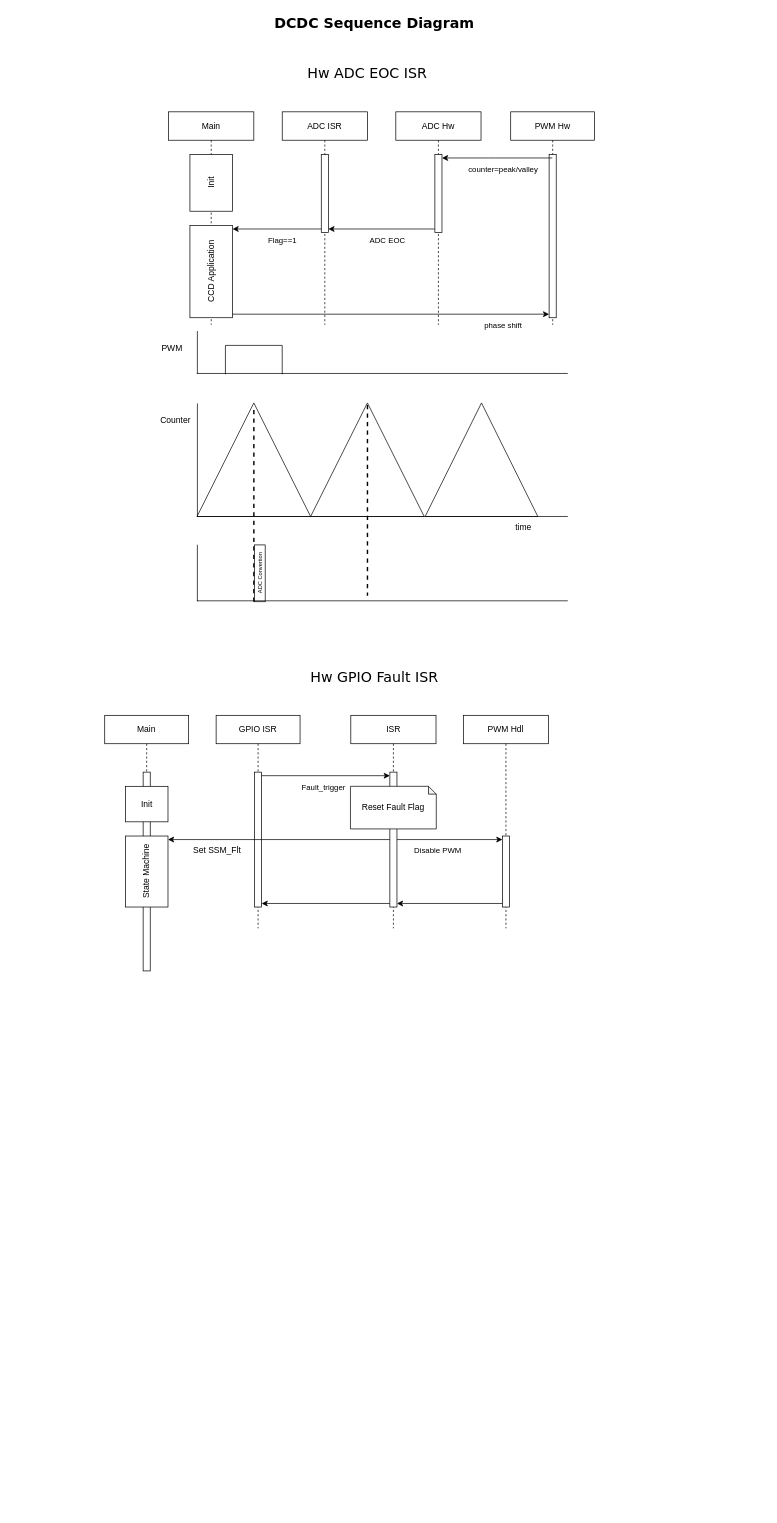
Above: page "Sequence_Diagram" (2 of 5) of DCDCArchitectureSF.drawio in chdev2011/temp (draw.io), before the change. Source tidied: cells renumbered, new cells numbered last; positions are measured from the earlier drawing's top-left corner, leaving out a move shared by most shapes. Both pictures are drawn from the tidied source at 71%, with x=0, y=0 at pixel (104, 12).
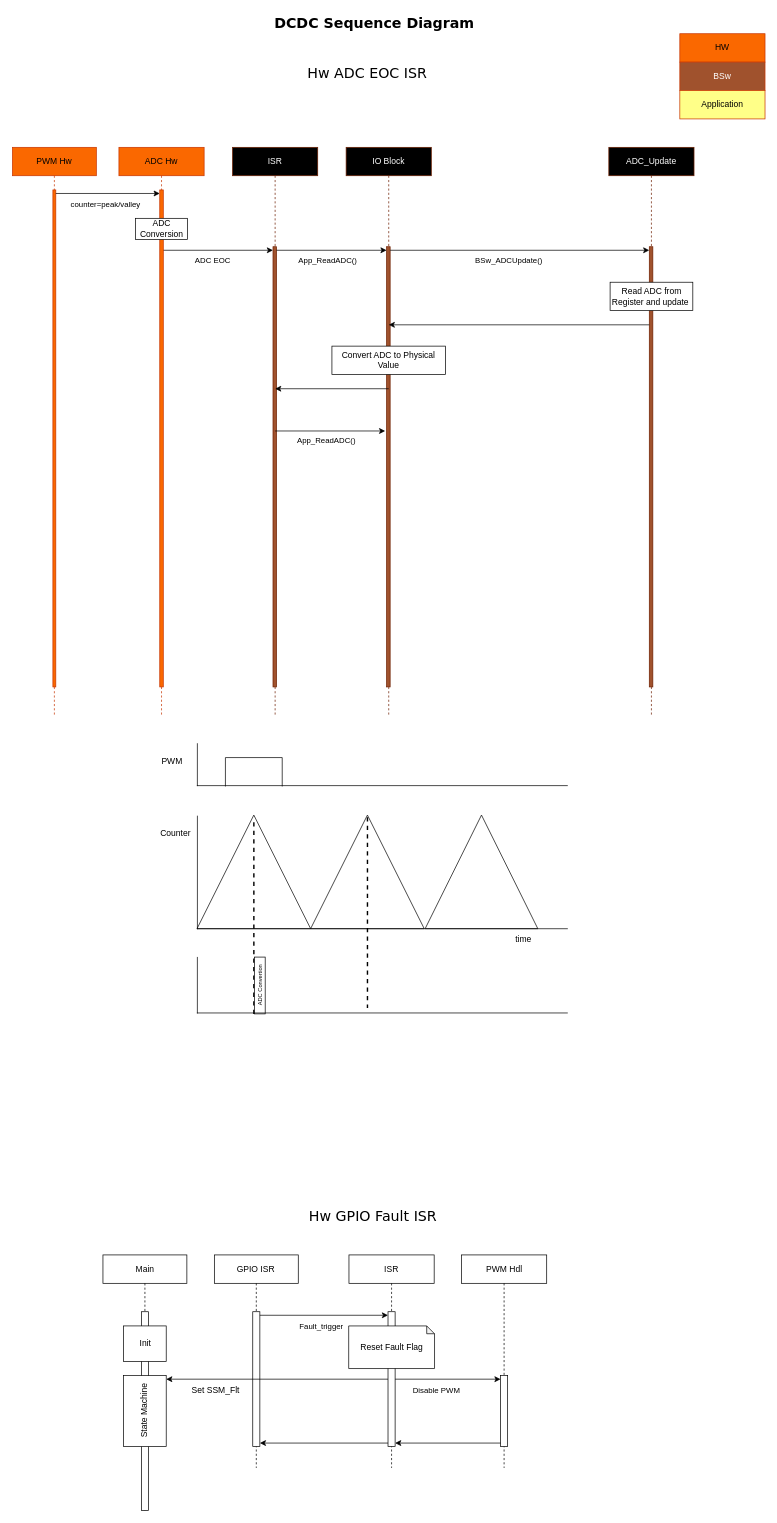
The same page after the edit.

Diff of the diagram source:
```diff
@@
-    <mxCell id="3" value="ADC ISR" style="shape=umlLifeline;perimeter=lifelinePerimeter;whiteSpace=wrap;html=1;newEdgeStyle={&quot;curved&quot;:0,&quot;rounded&quot;:0};" parent="1" vertex="1">
-      <mxGeometry x="250" y="140" width="120" height="300" as="geometry" />
+    <mxCell id="3" value="ISR" style="shape=umlLifeline;perimeter=lifelinePerimeter;whiteSpace=wrap;html=1;newEdgeStyle={&quot;curved&quot;:0,&quot;rounded&quot;:0};fillColor=light-dark(#000000,#D28F70);fontColor=light-dark(#FFFFFF,#FFFFFF);strokeColor=light-dark(#6D1F00, #d28f70);" parent="1" vertex="1">
+      <mxGeometry x="180" y="190" width="120" height="800" as="geometry" />
     </mxCell>
-    <mxCell id="4" style="html=1;points=[[0,0,0,0,5],[0,1,0,0,-5],[1,0,0,0,5],[1,1,0,0,-5]];perimeter=orthogonalPerimeter;outlineConnect=0;targetShapes=umlLifeline;portConstraint=eastwest;newEdgeStyle={&quot;curved&quot;:0,&quot;rounded&quot;:0};" parent="3" vertex="1">
-      <mxGeometry x="55" y="60" width="10" height="110" as="geometry" />
+    <mxCell id="4" style="html=1;points=[[0,0,0,0,5],[0,1,0,0,-5],[1,0,0,0,5],[1,1,0,0,-5]];perimeter=orthogonalPerimeter;outlineConnect=0;targetShapes=umlLifeline;portConstraint=eastwest;newEdgeStyle={&quot;curved&quot;:0,&quot;rounded&quot;:0};fillColor=#a0522d;fillStyle=solid;fontColor=#ffffff;strokeColor=#6D1F00;" parent="3" vertex="1">
+      <mxGeometry x="57" y="140" width="5" height="620" as="geometry" />
     </mxCell>
-    <mxCell id="5" value="PWM Hw" style="shape=umlLifeline;perimeter=lifelinePerimeter;whiteSpace=wrap;html=1;outlineConnect=0;portConstraint=eastwest;newEdgeStyle={&quot;curved&quot;:0,&quot;rounded&quot;:0};" parent="1" vertex="1">
-      <mxGeometry x="571.8" y="140" width="118.2" height="300" as="geometry" />
+    <mxCell id="5" value="PWM Hw" style="shape=umlLifeline;perimeter=lifelinePerimeter;whiteSpace=wrap;html=1;outlineConnect=0;portConstraint=eastwest;newEdgeStyle={&quot;curved&quot;:0,&quot;rounded&quot;:0};fillColor=#fa6800;fontColor=#000000;strokeColor=light-dark(#C73500, #e96b12);" parent="1" vertex="1">
+      <mxGeometry x="-130" y="190" width="118.2" height="800" as="geometry" />
     </mxCell>
-    <mxCell id="6" style="html=1;points=[[0,0,0,0,5],[0,1,0,0,-5],[1,0,0,0,5],[1,1,0,0,-5]];perimeter=orthogonalPerimeter;outlineConnect=0;targetShapes=umlLifeline;portConstraint=eastwest;newEdgeStyle={&quot;curved&quot;:0,&quot;rounded&quot;:0};" parent="5" vertex="1">
-      <mxGeometry x="54.1" y="60" width="10" height="230" as="geometry" />
+    <mxCell id="6" style="html=1;points=[[0,0,0,0,5],[0,1,0,0,-5],[1,0,0,0,5],[1,1,0,0,-5]];perimeter=orthogonalPerimeter;outlineConnect=0;targetShapes=umlLifeline;portConstraint=eastwest;newEdgeStyle={&quot;curved&quot;:0,&quot;rounded&quot;:0};fillColor=#fa6800;fontColor=#000000;strokeColor=#C73500;" parent="5" vertex="1">
+      <mxGeometry x="57" y="60" width="4.1" height="700" as="geometry" />
     </mxCell>
-    <mxCell id="7" value="Main" style="shape=umlLifeline;perimeter=lifelinePerimeter;whiteSpace=wrap;html=1;newEdgeStyle={&quot;curved&quot;:0,&quot;rounded&quot;:0};" parent="1" vertex="1">
-      <mxGeometry x="90" y="140" width="120" height="300" as="geometry" />
-    </mxCell>
-    <mxCell id="8" value="Init" style="html=1;perimeter=orthogonalPerimeter;targetShapes=umlLifeline;newEdgeStyle={&quot;curved&quot;:0,&quot;rounded&quot;:0};horizontal=0;" parent="7" vertex="1">
-      <mxGeometry x="30" y="60" width="60" height="80" as="geometry" />
-    </mxCell>
-    <mxCell id="9" value="CCD Application" style="html=1;points=[[0,0,0,0,5],[0,1,0,0,-5],[1,0,0,0,5],[1,1,0,0,-5]];perimeter=orthogonalPerimeter;outlineConnect=0;targetShapes=umlLifeline;portConstraint=eastwest;newEdgeStyle={&quot;curved&quot;:0,&quot;rounded&quot;:0};horizontal=0;" parent="7" vertex="1">
-      <mxGeometry x="30" y="160" width="60" height="130" as="geometry" />
-    </mxCell>
-    <mxCell id="10" style="edgeStyle=orthogonalEdgeStyle;rounded=0;jettySize=auto;html=1;curved=0;exitX=0;exitY=1;exitDx=0;exitDy=-5;exitPerimeter=0;entryX=1;entryY=1;entryDx=0;entryDy=-5;entryPerimeter=0;" parent="1" edge="1" source="13" target="4">
+    <mxCell id="10" style="rounded=0;jettySize=auto;html=1;entryX=0;entryY=0;entryDx=0;entryDy=5;entryPerimeter=0;" parent="1" edge="1" source="12" target="4">
       <mxGeometry relative="1" as="geometry" />
     </mxCell>
@@
-    <mxCell id="12" value="ADC Hw" style="shape=umlLifeline;perimeter=lifelinePerimeter;whiteSpace=wrap;html=1;outlineConnect=0;portConstraint=eastwest;newEdgeStyle={&quot;curved&quot;:0,&quot;rounded&quot;:0};" parent="1" vertex="1">
-      <mxGeometry x="410" y="140" width="120" height="300" as="geometry" />
+    <mxCell id="12" value="ADC Hw" style="shape=umlLifeline;perimeter=lifelinePerimeter;whiteSpace=wrap;html=1;outlineConnect=0;portConstraint=eastwest;newEdgeStyle={&quot;curved&quot;:0,&quot;rounded&quot;:0};fillColor=#fa6800;fontColor=#000000;strokeColor=light-dark(#C73500, #e96b12);" parent="1" vertex="1">
+      <mxGeometry x="20" y="190" width="120" height="800" as="geometry" />
     </mxCell>
-    <mxCell id="13" style="html=1;points=[[0,0,0,0,5],[0,1,0,0,-5],[1,0,0,0,5],[1,1,0,0,-5]];perimeter=orthogonalPerimeter;outlineConnect=0;targetShapes=umlLifeline;portConstraint=eastwest;newEdgeStyle={&quot;curved&quot;:0,&quot;rounded&quot;:0};" parent="12" vertex="1">
-      <mxGeometry x="55" y="60" width="10" height="110" as="geometry" />
+    <mxCell id="13" style="html=1;points=[[0,0,0,0,5],[0,1,0,0,-5],[1,0,0,0,5],[1,1,0,0,-5]];perimeter=orthogonalPerimeter;outlineConnect=0;targetShapes=umlLifeline;portConstraint=eastwest;newEdgeStyle={&quot;curved&quot;:0,&quot;rounded&quot;:0};fillColor=#fa6800;fontColor=#000000;strokeColor=#C73500;" parent="12" vertex="1">
+      <mxGeometry x="57.5" y="60" width="5" height="700" as="geometry" />
     </mxCell>
-    <mxCell id="14" style="rounded=0;jettySize=auto;html=1;entryX=1;entryY=0;entryDx=0;entryDy=5;entryPerimeter=0;exitX=0;exitY=1;exitDx=0;exitDy=-5;exitPerimeter=0;" parent="1" edge="1" source="4" target="9">
-      <mxGeometry relative="1" as="geometry" />
-    </mxCell>
-    <mxCell id="15" value="Flag==1" style="edgeLabel;html=1;align=center;verticalAlign=middle;" parent="14" vertex="1">
-      <mxGeometry x="-0.28" relative="1" as="geometry">
-        <mxPoint x="-11" y="15" as="offset" />
-      </mxGeometry>
-    </mxCell>
-    <mxCell id="16" style="rounded=0;jettySize=auto;html=1;entryX=1;entryY=0;entryDx=0;entryDy=5;entryPerimeter=0;" parent="1" edge="1" source="5" target="13">
-      <mxGeometry relative="1" as="geometry">
-        <Array as="points">
-          <mxPoint x="550" y="205" />
-        </Array>
-      </mxGeometry>
+    <mxCell id="16" style="rounded=0;jettySize=auto;html=1;exitX=1;exitY=0;exitDx=0;exitDy=5;exitPerimeter=0;entryX=0;entryY=0;entryDx=0;entryDy=5;entryPerimeter=0;" parent="1" edge="1" source="6" target="13">
+      <mxGeometry relative="1" as="geometry" />
     </mxCell>
     <mxCell id="17" value="counter=peak/valley" style="edgeLabel;html=1;align=center;verticalAlign=middle;" parent="16" vertex="1">
       <mxGeometry x="-0.28" relative="1" as="geometry">
-        <mxPoint x="-14" y="15" as="offset" />
+        <mxPoint x="16" y="15" as="offset" />
       </mxGeometry>
     </mxCell>
-    <mxCell id="18" style="rounded=0;jettySize=auto;html=1;entryX=0;entryY=1;entryDx=0;entryDy=-5;entryPerimeter=0;exitX=1;exitY=1;exitDx=0;exitDy=-5;exitPerimeter=0;" parent="1" edge="1" source="9" target="6">
-      <mxGeometry relative="1" as="geometry" />
-    </mxCell>
-    <mxCell id="19" value="phase shift" style="edgeLabel;html=1;align=center;verticalAlign=middle;" parent="18" vertex="1">
-      <mxGeometry x="-0.09" y="1" relative="1" as="geometry">
-        <mxPoint x="177" y="16" as="offset" />
-      </mxGeometry>
-    </mxCell>
-    <mxCell id="20" value="Counter" style="text;html=1;whiteSpace=wrap;strokeColor=none;fillColor=none;align=center;verticalAlign=middle;rounded=0;" parent="1" vertex="1">
-      <mxGeometry x="70" y="560" width="60" height="30" as="geometry" />
-    </mxCell>
-    <mxCell id="21" value="time" style="text;html=1;whiteSpace=wrap;strokeColor=none;fillColor=none;align=center;verticalAlign=middle;rounded=0;" parent="1" vertex="1">
-      <mxGeometry x="560" y="710" width="60" height="30" as="geometry" />
-    </mxCell>
-    <mxCell id="22" style="line;strokeWidth=2;html=1;dashed=1;rotation=90;" parent="1" vertex="1">
-      <mxGeometry x="235.7" y="682.3" width="268.7" height="10" as="geometry" />
-    </mxCell>
-    <mxCell id="23" style="line;strokeWidth=2;html=1;dashed=1;rotation=90;" parent="1" vertex="1">
-      <mxGeometry x="74.8" y="690.2" width="270.5" height="10" as="geometry" />
-    </mxCell>
-    <mxCell id="24" value="ADC Convertion" style="rounded=0;whiteSpace=wrap;html=1;horizontal=0;fontSize=8;" parent="1" vertex="1">
-      <mxGeometry x="211" y="750" width="15" height="80" as="geometry" />
-    </mxCell>
-    <mxCell id="25" style="shape=partialRectangle;whiteSpace=wrap;html=1;bottom=1;right=1;left=1;top=0;fillColor=none;routingCenterX=-0.5;rotation=-180;" parent="1" vertex="1">
-      <mxGeometry x="170" y="469" width="80" height="40" as="geometry" />
-    </mxCell>
-    <mxCell id="26" value="PWM" style="text;html=1;whiteSpace=wrap;strokeColor=none;fillColor=none;align=center;verticalAlign=middle;rounded=0;" parent="1" vertex="1">
-      <mxGeometry x="65" y="459" width="60" height="30" as="geometry" />
-    </mxCell>
-    <mxCell id="27" style="shape=partialRectangle;whiteSpace=wrap;html=1;bottom=0;right=0;fillColor=none;rotation=-90;" parent="1" vertex="1">
-      <mxGeometry x="361.5" y="218.5" width="59" height="521" as="geometry" />
-    </mxCell>
-    <mxCell id="28" style="verticalLabelPosition=bottom;verticalAlign=top;html=1;shape=mxgraph.basic.acute_triangle;dx=0.5;fillStyle=auto;fillColor=none;" parent="1" vertex="1">
-      <mxGeometry x="130" y="550" width="160" height="160" as="geometry" />
-    </mxCell>
-    <mxCell id="29" style="verticalLabelPosition=bottom;verticalAlign=top;html=1;shape=mxgraph.basic.acute_triangle;dx=0.5;fillStyle=auto;fillColor=none;" parent="1" vertex="1">
-      <mxGeometry x="290" y="550" width="160" height="160" as="geometry" />
-    </mxCell>
-    <mxCell id="30" style="verticalLabelPosition=bottom;verticalAlign=top;html=1;shape=mxgraph.basic.acute_triangle;dx=0.5;fillStyle=auto;fillColor=none;" parent="1" vertex="1">
-      <mxGeometry x="451.3" y="550" width="158.7" height="160" as="geometry" />
-    </mxCell>
-    <mxCell id="31" style="shape=partialRectangle;whiteSpace=wrap;html=1;bottom=0;right=0;fillColor=none;rotation=-90;" parent="1" vertex="1">
-      <mxGeometry x="311.8" y="370.2" width="158.5" height="521" as="geometry" />
-    </mxCell>
-    <mxCell id="32" style="shape=partialRectangle;whiteSpace=wrap;html=1;bottom=0;right=0;fillColor=none;rotation=-90;" parent="1" vertex="1">
-      <mxGeometry x="351.9" y="529.1" width="78.2" height="521" as="geometry" />
-    </mxCell>
@@
     <mxCell id="34" value="Hw GPIO Fault ISR" style="text;html=1;whiteSpace=wrap;align=center;verticalAlign=middle;rounded=0;fontStyle=0;fontSize=20;fontFamily=Verdana;" parent="1" vertex="1">
-      <mxGeometry x="160" y="920" width="440" height="30" as="geometry" />
+      <mxGeometry x="157.5" y="1680" width="440" height="30" as="geometry" />
     </mxCell>
     <mxCell id="35" value="GPIO ISR" style="shape=umlLifeline;perimeter=lifelinePerimeter;whiteSpace=wrap;html=1;newEdgeStyle={&quot;curved&quot;:0,&quot;rounded&quot;:0};" parent="1" vertex="1">
-      <mxGeometry x="156.9" y="990" width="118.2" height="300" as="geometry" />
+      <mxGeometry x="154.4" y="1750" width="118.2" height="300" as="geometry" />
     </mxCell>
@@
     <mxCell id="37" value="ISR" style="shape=umlLifeline;perimeter=lifelinePerimeter;whiteSpace=wrap;html=1;newEdgeStyle={&quot;curved&quot;:0,&quot;rounded&quot;:0};" parent="1" vertex="1">
-      <mxGeometry x="346.6" y="990" width="120" height="300" as="geometry" />
+      <mxGeometry x="344" y="1750" width="120" height="300" as="geometry" />
     </mxCell>
@@
     <mxCell id="39" value="PWM Hdl" style="shape=umlLifeline;perimeter=lifelinePerimeter;whiteSpace=wrap;html=1;newEdgeStyle={&quot;curved&quot;:0,&quot;rounded&quot;:0};" parent="1" vertex="1">
-      <mxGeometry x="505.1" y="990" width="120" height="300" as="geometry" />
+      <mxGeometry x="502.5" y="1750" width="120" height="300" as="geometry" />
     </mxCell>
@@
     <mxCell id="47" value="&lt;span style=&quot;text-wrap-mode: nowrap;&quot;&gt;Reset Fault Flag&lt;/span&gt;" style="shape=note;whiteSpace=wrap;html=1;backgroundOutline=1;darkOpacity=0.05;size=11;" parent="1" vertex="1">
-      <mxGeometry x="346.1" y="1090" width="120.9" height="60" as="geometry" />
+      <mxGeometry x="343.6" y="1850" width="120.9" height="60" as="geometry" />
     </mxCell>
     <mxCell id="48" value="Main" style="shape=umlLifeline;perimeter=lifelinePerimeter;whiteSpace=wrap;html=1;newEdgeStyle={&quot;curved&quot;:0,&quot;rounded&quot;:0};" parent="1" vertex="1">
-      <mxGeometry y="990" width="118.2" height="360" as="geometry" />
+      <mxGeometry x="-2.5" y="1750" width="118.2" height="360" as="geometry" />
     </mxCell>
@@
+    <mxCell id="54" value="HW" style="rounded=0;whiteSpace=wrap;html=1;fillColor=#fa6800;fontColor=#000000;strokeColor=light-dark(#C73500, #e96b12);" parent="1" vertex="1">
+      <mxGeometry x="810" y="30" width="120" height="40" as="geometry" />
+    </mxCell>
+    <mxCell id="55" value="BSw" style="rounded=0;whiteSpace=wrap;html=1;fillColor=#a0522d;fontColor=light-dark(#FFFFFF,#FFFFFF);strokeColor=light-dark(#C73500, #d28f70);" parent="1" vertex="1">
+      <mxGeometry x="810" y="70" width="120" height="40" as="geometry" />
+    </mxCell>
+    <mxCell id="56" value="Application" style="rounded=0;whiteSpace=wrap;html=1;fillColor=light-dark(#FFFF88,#AAAA89);gradientColor=none;strokeColor=light-dark(#C73500, #aaaa89);" parent="1" vertex="1">
+      <mxGeometry x="810" y="110" width="120" height="40" as="geometry" />
+    </mxCell>
+    <mxCell id="57" style="group;" parent="1" vertex="1">
+      <mxGeometry x="65" y="1030" width="586.5" height="381" as="geometry" />
+    </mxCell>
+    <mxCell id="20" value="Counter" style="text;html=1;whiteSpace=wrap;strokeColor=none;fillColor=none;align=center;verticalAlign=middle;rounded=0;" parent="57" vertex="1">
+      <mxGeometry x="5" y="110.5" width="60" height="30" as="geometry" />
+    </mxCell>
+    <mxCell id="21" value="time" style="text;html=1;whiteSpace=wrap;strokeColor=none;fillColor=none;align=center;verticalAlign=middle;rounded=0;" parent="57" vertex="1">
+      <mxGeometry x="495" y="260.5" width="60" height="30" as="geometry" />
+    </mxCell>
+    <mxCell id="22" style="line;strokeWidth=2;html=1;dashed=1;rotation=90;" parent="57" vertex="1">
+      <mxGeometry x="170.7" y="232.8" width="268.7" height="10" as="geometry" />
+    </mxCell>
+    <mxCell id="23" style="line;strokeWidth=2;html=1;dashed=1;rotation=90;" parent="57" vertex="1">
+      <mxGeometry x="9.8" y="240.8" width="270.5" height="10" as="geometry" />
+    </mxCell>
+    <mxCell id="24" value="ADC Convertion" style="rounded=0;whiteSpace=wrap;html=1;horizontal=0;fontSize=8;" parent="57" vertex="1">
+      <mxGeometry x="146" y="300.5" width="15" height="80" as="geometry" />
+    </mxCell>
+    <mxCell id="25" style="shape=partialRectangle;whiteSpace=wrap;html=1;bottom=1;right=1;left=1;top=0;fillColor=none;routingCenterX=-0.5;rotation=-180;" parent="57" vertex="1">
+      <mxGeometry x="105" y="19.5" width="80" height="40" as="geometry" />
+    </mxCell>
+    <mxCell id="26" value="PWM" style="text;html=1;whiteSpace=wrap;strokeColor=none;fillColor=none;align=center;verticalAlign=middle;rounded=0;" parent="57" vertex="1">
+      <mxGeometry y="9.5" width="60" height="30" as="geometry" />
+    </mxCell>
+    <mxCell id="27" style="shape=partialRectangle;whiteSpace=wrap;html=1;bottom=0;right=0;fillColor=none;rotation=-90;" parent="57" vertex="1">
+      <mxGeometry x="296.5" y="-231" width="59" height="521" as="geometry" />
+    </mxCell>
+    <mxCell id="28" style="verticalLabelPosition=bottom;verticalAlign=top;html=1;shape=mxgraph.basic.acute_triangle;dx=0.5;fillStyle=auto;fillColor=none;" parent="57" vertex="1">
+      <mxGeometry x="65" y="100.5" width="160" height="160" as="geometry" />
+    </mxCell>
+    <mxCell id="29" style="verticalLabelPosition=bottom;verticalAlign=top;html=1;shape=mxgraph.basic.acute_triangle;dx=0.5;fillStyle=auto;fillColor=none;" parent="57" vertex="1">
+      <mxGeometry x="225" y="100.5" width="160" height="160" as="geometry" />
+    </mxCell>
+    <mxCell id="30" style="verticalLabelPosition=bottom;verticalAlign=top;html=1;shape=mxgraph.basic.acute_triangle;dx=0.5;fillStyle=auto;fillColor=none;" parent="57" vertex="1">
+      <mxGeometry x="386.3" y="100.5" width="158.7" height="160" as="geometry" />
+    </mxCell>
+    <mxCell id="31" style="shape=partialRectangle;whiteSpace=wrap;html=1;bottom=0;right=0;fillColor=none;rotation=-90;" parent="57" vertex="1">
+      <mxGeometry x="246.8" y="-79.2" width="158.5" height="521" as="geometry" />
+    </mxCell>
+    <mxCell id="32" style="shape=partialRectangle;whiteSpace=wrap;html=1;bottom=0;right=0;fillColor=none;rotation=-90;" parent="57" vertex="1">
+      <mxGeometry x="286.9" y="79.6" width="78.2" height="521" as="geometry" />
+    </mxCell>
+    <mxCell id="58" value="ADC Conversion" style="rounded=0;whiteSpace=wrap;html=1;" parent="1" vertex="1">
+      <mxGeometry x="43.5" y="290" width="73" height="30" as="geometry" />
+    </mxCell>
+    <mxCell id="59" value="IO Block" style="shape=umlLifeline;perimeter=lifelinePerimeter;whiteSpace=wrap;html=1;newEdgeStyle={&quot;curved&quot;:0,&quot;rounded&quot;:0};fillColor=light-dark(#000000, #aaaa89);fontColor=light-dark(#FFFFFF,#FFFFFF);strokeColor=light-dark(#6D1F00, #aaaa89);" parent="1" vertex="1">
+      <mxGeometry x="340" y="190" width="120" height="800" as="geometry" />
+    </mxCell>
+    <mxCell id="60" style="html=1;points=[[0,0,0,0,5],[0,1,0,0,-5],[1,0,0,0,5],[1,1,0,0,-5]];perimeter=orthogonalPerimeter;outlineConnect=0;targetShapes=umlLifeline;portConstraint=eastwest;newEdgeStyle={&quot;curved&quot;:0,&quot;rounded&quot;:0};fillColor=light-dark(#a0522d, #aaaa89);fillStyle=solid;fontColor=#ffffff;strokeColor=light-dark(#6D1F00, #aaaa89);" parent="59" vertex="1">
+      <mxGeometry x="57" y="140" width="5" height="620" as="geometry" />
+    </mxCell>
+    <mxCell id="61" style="rounded=0;jettySize=auto;html=1;exitX=1;exitY=0;exitDx=0;exitDy=5;exitPerimeter=0;entryX=0;entryY=0;entryDx=0;entryDy=5;entryPerimeter=0;" parent="1" edge="1" source="4" target="60">
+      <mxGeometry relative="1" as="geometry" />
+    </mxCell>
+    <mxCell id="62" value="App_ReadADC()" style="edgeLabel;html=1;align=center;verticalAlign=middle;" parent="61" vertex="1">
+      <mxGeometry x="-0.09" y="1" relative="1" as="geometry">
+        <mxPoint y="14" as="offset" />
+      </mxGeometry>
+    </mxCell>
+    <mxCell id="63" value="ADC_Update" style="shape=umlLifeline;perimeter=lifelinePerimeter;whiteSpace=wrap;html=1;newEdgeStyle={&quot;curved&quot;:0,&quot;rounded&quot;:0};fillColor=light-dark(#000000,#D28F70);fontColor=light-dark(#FFFFFF,#FFFFFF);strokeColor=light-dark(#6D1F00, #d28f70);" parent="1" vertex="1">
+      <mxGeometry x="710" y="190" width="120" height="800" as="geometry" />
+    </mxCell>
+    <mxCell id="64" style="html=1;points=[[0,0,0,0,5],[0,1,0,0,-5],[1,0,0,0,5],[1,1,0,0,-5]];perimeter=orthogonalPerimeter;outlineConnect=0;targetShapes=umlLifeline;portConstraint=eastwest;newEdgeStyle={&quot;curved&quot;:0,&quot;rounded&quot;:0};fillColor=#a0522d;fillStyle=solid;fontColor=#ffffff;strokeColor=#6D1F00;" parent="63" vertex="1">
+      <mxGeometry x="57" y="140" width="5" height="620" as="geometry" />
+    </mxCell>
+    <mxCell id="65" style="rounded=0;jettySize=auto;html=1;entryX=0;entryY=0;entryDx=0;entryDy=5;entryPerimeter=0;exitX=1;exitY=0;exitDx=0;exitDy=5;exitPerimeter=0;" parent="1" edge="1" source="60" target="64">
+      <mxGeometry relative="1" as="geometry" />
+    </mxCell>
+    <mxCell id="66" value="BSw_ADCUpdate()" style="edgeLabel;html=1;align=center;verticalAlign=middle;" parent="65" vertex="1">
+      <mxGeometry x="-0.09" y="1" relative="1" as="geometry">
+        <mxPoint y="14" as="offset" />
+      </mxGeometry>
+    </mxCell>
+    <mxCell id="67" value="Read ADC from Register and update&amp;nbsp;" style="rounded=0;whiteSpace=wrap;html=1;" parent="1" vertex="1">
+      <mxGeometry x="711.8" y="380" width="116.5" height="40" as="geometry" />
+    </mxCell>
+    <mxCell id="68" style="rounded=0;jettySize=auto;html=1;" parent="1" edge="1" source="64">
+      <mxGeometry relative="1" as="geometry">
+        <mxPoint x="400" y="440" as="targetPoint" />
+        <Array as="points">
+          <mxPoint x="480.7" y="440" />
+        </Array>
+      </mxGeometry>
+    </mxCell>
+    <mxCell id="69" value="Convert ADC to Physical Value" style="rounded=0;whiteSpace=wrap;html=1;" parent="1" vertex="1">
+      <mxGeometry x="320" y="470" width="160" height="40" as="geometry" />
+    </mxCell>
+    <mxCell id="70" style="rounded=0;orthogonalLoop=1;jettySize=auto;html=1;" parent="1" edge="1">
+      <mxGeometry relative="1" as="geometry">
+        <mxPoint x="400" y="530" as="sourcePoint" />
+        <mxPoint x="240" y="530" as="targetPoint" />
+      </mxGeometry>
+    </mxCell>
+    <mxCell id="71" style="rounded=0;orthogonalLoop=1;jettySize=auto;html=1;exitX=1;exitY=0;exitDx=0;exitDy=5;exitPerimeter=0;entryX=0;entryY=0;entryDx=0;entryDy=5;entryPerimeter=0;" parent="1" edge="1">
+      <mxGeometry relative="1" as="geometry">
+        <mxPoint x="240" y="589.5" as="sourcePoint" />
+        <mxPoint x="395" y="589.5" as="targetPoint" />
+      </mxGeometry>
+    </mxCell>
+    <mxCell id="72" value="App_ReadADC()" style="edgeLabel;html=1;align=center;verticalAlign=middle;" parent="71" vertex="1">
+      <mxGeometry x="-0.09" y="1" relative="1" as="geometry">
+        <mxPoint y="14" as="offset" />
+      </mxGeometry>
+    </mxCell>
```
